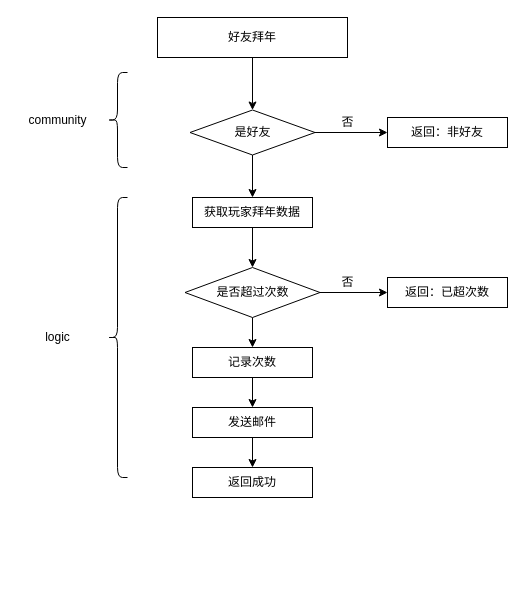
Above: SSJJ2/SSJJ2好友拜年&抢红包.drawio in Ordertiny/graph (draw.io), before the change. Source tidied: cells renumbered, new cells numbered last; positions are measured from the earlier drawing's top-left corner, leaving out a move shared by most shapes. Both pictures are drawn from the tidied source at 100%, with x=0, y=0 at pixel (17, 17).
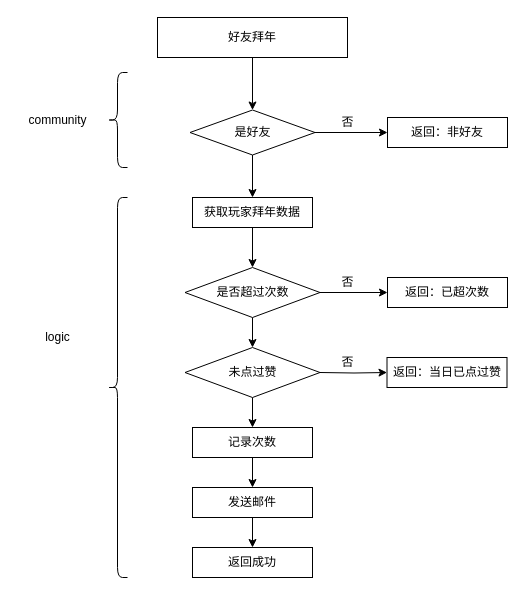
The same page after the edit.

Commit message (it also covers changes not shown here):
更新SSJJ2好友拜年&抢红包.drawio

Unchanged cells that the change refers to:
```xml
<mxCell id="12" value="是否超过次数" style="rhombus;whiteSpace=wrap;html=1;" parent="1" vertex="1">
  <mxGeometry x="167.5" y="250" width="135" height="50" as="geometry" />
</mxCell>
```

What changed in the source:
```diff
@@
-    <mxCell id="10" style="edgeStyle=orthogonalEdgeStyle;rounded=0;jettySize=auto;html=1;exitX=0.5;exitY=1;exitDx=0;exitDy=0;entryX=0.5;entryY=0;entryDx=0;entryDy=0;" parent="1" edge="1" source="12" target="15">
-      <mxGeometry relative="1" as="geometry" />
+    <mxCell id="10" style="edgeStyle=orthogonalEdgeStyle;rounded=0;jettySize=auto;html=1;exitX=0.5;exitY=1;exitDx=0;exitDy=0;entryX=0.5;entryY=0;entryDx=0;entryDy=0;" parent="1" edge="1" target="15">
+      <mxGeometry relative="1" as="geometry">
+        <mxPoint x="235" y="380" as="sourcePoint" />
+      </mxGeometry>
     </mxCell>
@@
+    <mxCell id="25" style="edgeStyle=orthogonalEdgeStyle;rounded=0;jettySize=auto;html=1;exitX=0.5;exitY=1;exitDx=0;exitDy=0;" parent="1" edge="1" source="12" target="26">
+      <mxGeometry relative="1" as="geometry" />
+    </mxCell>
@@
     <mxCell id="15" value="记录次数" style="rounded=0;whiteSpace=wrap;html=1;" parent="1" vertex="1">
-      <mxGeometry x="175" y="330" width="120" height="30" as="geometry" />
+      <mxGeometry x="175" y="410" width="120" height="30" as="geometry" />
     </mxCell>
@@
     <mxCell id="17" value="发送邮件" style="rounded=0;whiteSpace=wrap;html=1;" parent="1" vertex="1">
-      <mxGeometry x="175" y="390" width="120" height="30" as="geometry" />
+      <mxGeometry x="175" y="470" width="120" height="30" as="geometry" />
     </mxCell>
     <mxCell id="18" value="返回成功" style="rounded=0;whiteSpace=wrap;html=1;" parent="1" vertex="1">
-      <mxGeometry x="175" y="450" width="120" height="30" as="geometry" />
+      <mxGeometry x="175" y="530" width="120" height="30" as="geometry" />
     </mxCell>
@@
     <mxCell id="23" style="shape=curlyBracket;whiteSpace=wrap;html=1;rounded=1;labelPosition=left;verticalLabelPosition=middle;align=right;verticalAlign=middle;" parent="1" vertex="1">
-      <mxGeometry x="90" y="180" width="20" height="280" as="geometry" />
+      <mxGeometry x="90" y="180" width="20" height="380" as="geometry" />
     </mxCell>
@@
+    <mxCell id="26" value="未点过赞" style="rhombus;whiteSpace=wrap;html=1;" parent="1" vertex="1">
+      <mxGeometry x="167.5" y="330" width="135" height="50" as="geometry" />
+    </mxCell>
+    <mxCell id="27" style="edgeStyle=orthogonalEdgeStyle;rounded=0;jettySize=auto;html=1;exitX=1;exitY=0.5;exitDx=0;exitDy=0;" parent="1" edge="1" target="28">
+      <mxGeometry relative="1" as="geometry">
+        <mxPoint x="302.5" y="355" as="sourcePoint" />
+      </mxGeometry>
+    </mxCell>
+    <mxCell id="28" value="返回：当日已点过赞" style="rounded=0;whiteSpace=wrap;html=1;" parent="1" vertex="1">
+      <mxGeometry x="369.5" y="340" width="120" height="30" as="geometry" />
+    </mxCell>
+    <mxCell id="29" value="否" style="text;html=1;align=center;verticalAlign=middle;strokeColor=none;fillColor=none;" parent="1" vertex="1">
+      <mxGeometry x="309.5" y="330" width="40" height="30" as="geometry" />
+    </mxCell>
```
